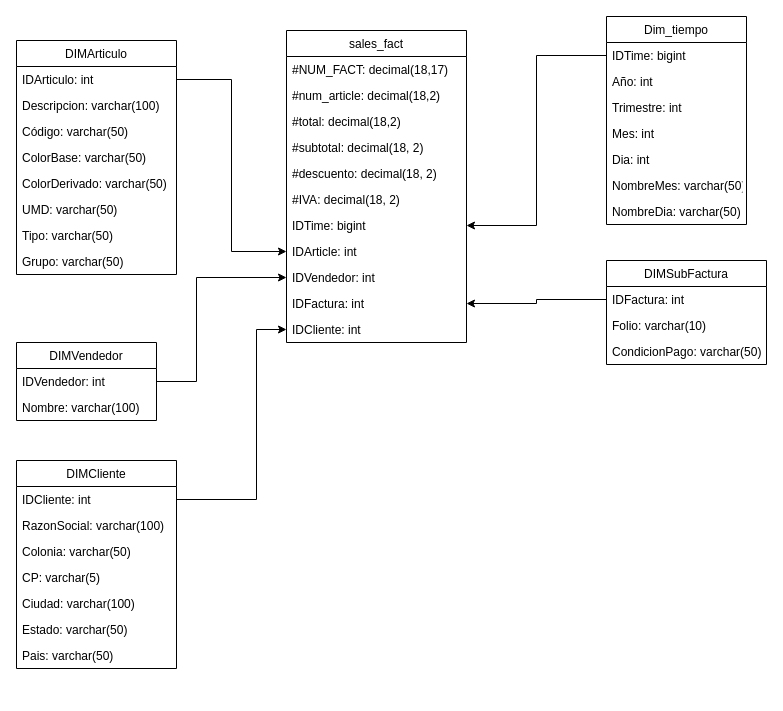
BamCurti/BDTD_project keeps this draw.io diagram as diagrams/cubo_ventas.drawio. Above is the earlier version. Source tidied: cells renumbered, new cells numbered last; positions are measured from the earlier drawing's top-left corner, leaving out a move shared by most shapes. Both pictures are drawn from the tidied source at 100%, with x=0, y=0 at pixel (16, 16).
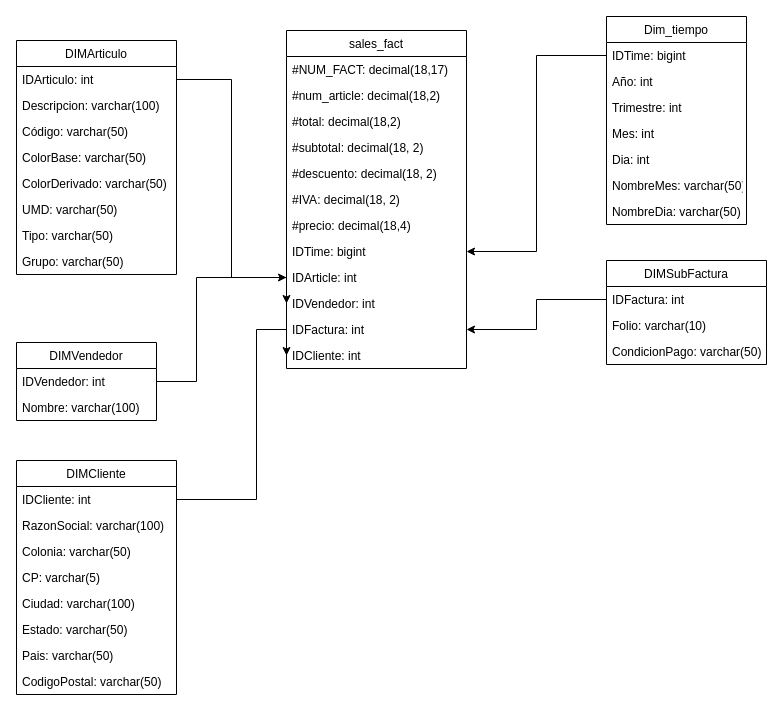
The same page after the edit.

Commit message (it also covers changes not shown here):
agregamos #precio y codigoPostal

The edit, as a diff of the source:
```diff
@@
     <mxCell id="2" value="sales_fact" style="swimlane;fontStyle=0;horizontal=1;startSize=26;fillColor=none;" parent="1" vertex="1">
-      <mxGeometry x="270" y="14" width="180" height="312" as="geometry" />
+      <mxGeometry x="270" y="14" width="180" height="338" as="geometry" />
     </mxCell>
@@
+    <mxCell id="51" value="#precio: decimal(18,4)" style="text;strokeColor=none;fillColor=none;align=left;verticalAlign=top;spacingLeft=4;spacingRight=4;overflow=hidden;" parent="2" vertex="1">
+      <mxGeometry y="182" width="180" height="26" as="geometry" />
+    </mxCell>
     <mxCell id="9" value="IDTime: bigint" style="text;strokeColor=none;fillColor=none;align=left;verticalAlign=top;spacingLeft=4;spacingRight=4;overflow=hidden;points=[[0,0.5],[1,0.5]];portConstraint=eastwest;" parent="2" vertex="1">
-      <mxGeometry y="182" width="180" height="26" as="geometry" />
+      <mxGeometry y="208" width="180" height="26" as="geometry" />
     </mxCell>
     <mxCell id="10" value="IDArticle: int" style="text;strokeColor=none;fillColor=none;align=left;verticalAlign=top;spacingLeft=4;spacingRight=4;overflow=hidden;points=[[0,0.5],[1,0.5]];portConstraint=eastwest;" parent="2" vertex="1">
-      <mxGeometry y="208" width="180" height="26" as="geometry" />
+      <mxGeometry y="234" width="180" height="26" as="geometry" />
     </mxCell>
     <mxCell id="11" value="IDVendedor: int" style="text;strokeColor=none;fillColor=none;align=left;verticalAlign=top;spacingLeft=4;spacingRight=4;overflow=hidden;points=[[0,0.5],[1,0.5]];portConstraint=eastwest;" parent="2" vertex="1">
-      <mxGeometry y="234" width="180" height="26" as="geometry" />
+      <mxGeometry y="260" width="180" height="26" as="geometry" />
     </mxCell>
     <mxCell id="12" value="IDFactura: int" style="text;strokeColor=none;fillColor=none;align=left;verticalAlign=top;spacingLeft=4;spacingRight=4;overflow=hidden;points=[[0,0.5],[1,0.5]];portConstraint=eastwest;" parent="2" vertex="1">
-      <mxGeometry y="260" width="180" height="26" as="geometry" />
+      <mxGeometry y="286" width="180" height="26" as="geometry" />
     </mxCell>
     <mxCell id="13" value="IDCliente: int" style="text;strokeColor=none;fillColor=none;align=left;verticalAlign=top;spacingLeft=4;spacingRight=4;overflow=hidden;points=[[0,0.5],[1,0.5]];portConstraint=eastwest;" parent="2" vertex="1">
-      <mxGeometry y="286" width="180" height="26" as="geometry" />
+      <mxGeometry y="312" width="180" height="26" as="geometry" />
     </mxCell>
@@
     <mxCell id="42" value="DIMCliente" style="swimlane;fontStyle=0;horizontal=1;startSize=26;fillColor=none;" parent="1" vertex="1">
-      <mxGeometry y="444" width="160" height="208" as="geometry" />
+      <mxGeometry y="444" width="160" height="234" as="geometry" />
     </mxCell>
@@
+    <mxCell id="52" value="CodigoPostal: varchar(50)" style="text;strokeColor=none;fillColor=none;align=left;verticalAlign=top;spacingLeft=4;spacingRight=4;overflow=hidden;" parent="42" vertex="1">
+      <mxGeometry y="208" width="160" height="26" as="geometry" />
+    </mxCell>
```
